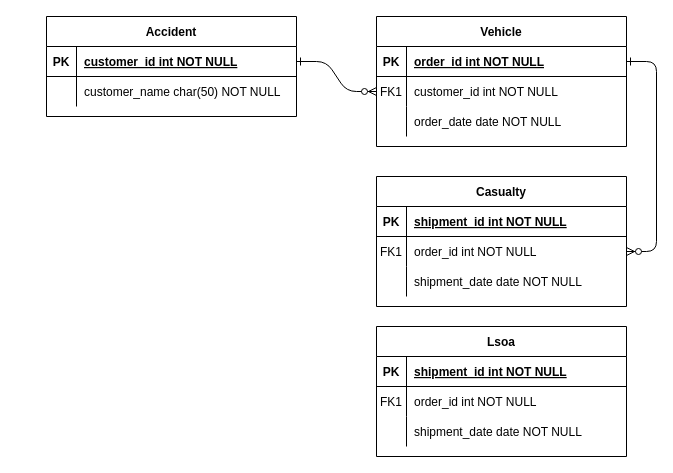
Before: Untitled Diagram.drawio in Demmynile/Census-project, a draw.io diagram. Source tidied: cells renumbered, new cells numbered last; positions are measured from the earlier drawing's top-left corner, leaving out a move shared by most shapes. Both pictures are drawn from the tidied source at 100%, with x=0, y=0 at pixel (46, 16).
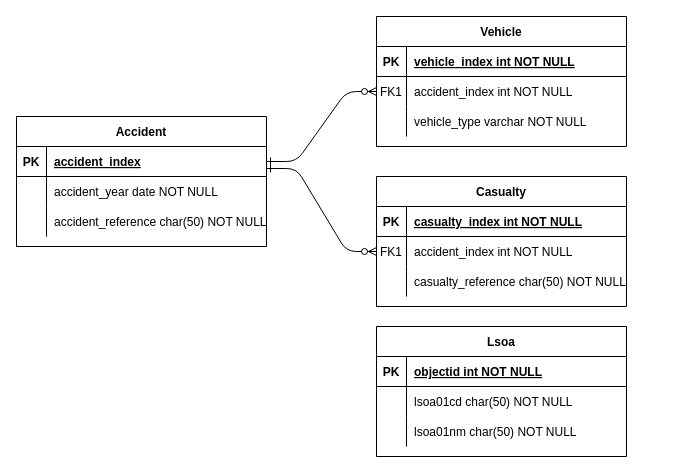
The same diagram, later.

The change refers to these unchanged cells:
```xml
<mxCell id="5" style="shape=partialRectangle;fillColor=none;points=[[0,0.5],[1,0.5]];portConstraint=eastwest;top=0;left=0;right=0;bottom=1;" parent="4" vertex="1">
  <mxGeometry y="30" width="250" height="30" as="geometry" />
</mxCell>
<mxCell id="8" style="shape=partialRectangle;fillColor=none;points=[[0,0.5],[1,0.5]];portConstraint=eastwest;top=0;left=0;right=0;bottom=0;" parent="4" vertex="1">
  <mxGeometry y="60" width="250" height="30" as="geometry" />
</mxCell>
<mxCell id="11" style="shape=partialRectangle;fillColor=none;top=0;left=0;right=0;bottom=0;" parent="4" vertex="1">
  <mxGeometry y="90" width="250" height="30" as="geometry" />
</mxCell>
<mxCell id="15" style="shape=partialRectangle;fillColor=none;top=0;left=0;right=0;bottom=1;" parent="14" vertex="1">
  <mxGeometry y="30" width="250" height="30" as="geometry" />
</mxCell>
<mxCell id="18" style="shape=partialRectangle;fillColor=none;points=[[0,0.5],[1,0.5]];portConstraint=eastwest;top=0;left=0;right=0;bottom=0;" parent="14" vertex="1">
  <mxGeometry y="60" width="250" height="30" as="geometry" />
</mxCell>
<mxCell id="21" style="shape=partialRectangle;fillColor=none;top=0;left=0;right=0;bottom=0;" parent="14" vertex="1">
  <mxGeometry y="90" width="250" height="30" as="geometry" />
</mxCell>
<mxCell id="32" style="shape=partialRectangle;fillColor=none;top=0;left=0;right=0;bottom=1;" parent="31" vertex="1">
  <mxGeometry y="30" width="250" height="30" as="geometry" />
</mxCell>
<mxCell id="35" style="shape=partialRectangle;fillColor=none;top=0;left=0;right=0;bottom=0;" parent="31" vertex="1">
  <mxGeometry y="60" width="250" height="30" as="geometry" />
</mxCell>
<mxCell id="38" style="shape=partialRectangle;fillColor=none;top=0;left=0;right=0;bottom=0;" parent="31" vertex="1">
  <mxGeometry y="90" width="250" height="30" as="geometry" />
</mxCell>
```

Change to the diagram source:
```diff
@@
-    <mxCell id="3" style="edgeStyle=entityRelationEdgeStyle;endArrow=ERzeroToMany;startArrow=ERone;endFill=1;startFill=0;" parent="1" edge="1" source="5" target="18">
-      <mxGeometry relative="1" as="geometry" />
-    </mxCell>
@@
-    <mxCell id="7" value="order_id int NOT NULL " style="shape=partialRectangle;overflow=hidden;fillColor=none;top=0;left=0;bottom=0;right=0;align=left;spacingLeft=6;fontStyle=5;" parent="5" vertex="1">
+    <mxCell id="7" value="vehicle_index int NOT NULL " style="shape=partialRectangle;overflow=hidden;fillColor=none;top=0;left=0;bottom=0;right=0;align=left;spacingLeft=6;fontStyle=5;" parent="5" vertex="1">
       <mxGeometry x="30" width="220" height="30" as="geometry" />
     </mxCell>
@@
-    <mxCell id="10" value="customer_id int NOT NULL" style="shape=partialRectangle;overflow=hidden;fillColor=none;top=0;left=0;bottom=0;right=0;align=left;spacingLeft=6;" parent="8" vertex="1">
+    <mxCell id="10" value="accident_index int NOT NULL" style="shape=partialRectangle;overflow=hidden;fillColor=none;top=0;left=0;bottom=0;right=0;align=left;spacingLeft=6;" parent="8" vertex="1">
       <mxGeometry x="30" width="220" height="30" as="geometry" />
     </mxCell>
@@
-    <mxCell id="13" value="order_date date NOT NULL" style="shape=partialRectangle;overflow=hidden;fillColor=none;top=0;left=0;bottom=0;right=0;align=left;spacingLeft=6;" parent="11" vertex="1">
+    <mxCell id="13" value="vehicle_type varchar NOT NULL" style="shape=partialRectangle;overflow=hidden;fillColor=none;top=0;left=0;bottom=0;right=0;align=left;spacingLeft=6;" parent="11" vertex="1">
       <mxGeometry x="30" width="220" height="30" as="geometry" />
     </mxCell>
@@
-    <mxCell id="17" value="shipment_id int NOT NULL " style="shape=partialRectangle;overflow=hidden;fillColor=none;top=0;left=0;bottom=0;right=0;align=left;spacingLeft=6;fontStyle=5;" parent="15" vertex="1">
+    <mxCell id="17" value="casualty_index int NOT NULL " style="shape=partialRectangle;overflow=hidden;fillColor=none;top=0;left=0;bottom=0;right=0;align=left;spacingLeft=6;fontStyle=5;" parent="15" vertex="1">
       <mxGeometry x="30" width="220" height="30" as="geometry" />
     </mxCell>
@@
-    <mxCell id="20" value="order_id int NOT NULL" style="shape=partialRectangle;overflow=hidden;fillColor=none;top=0;left=0;bottom=0;right=0;align=left;spacingLeft=6;" parent="18" vertex="1">
+    <mxCell id="20" value="accident_index int NOT NULL" style="shape=partialRectangle;overflow=hidden;fillColor=none;top=0;left=0;bottom=0;right=0;align=left;spacingLeft=6;" parent="18" vertex="1">
       <mxGeometry x="30" width="220" height="30" as="geometry" />
     </mxCell>
@@
-    <mxCell id="23" value="shipment_date date NOT NULL" style="shape=partialRectangle;overflow=hidden;fillColor=none;top=0;left=0;bottom=0;right=0;align=left;spacingLeft=6;" parent="21" vertex="1">
+    <mxCell id="23" value="casualty_reference char(50) NOT NULL" style="shape=partialRectangle;overflow=hidden;fillColor=none;top=0;left=0;bottom=0;right=0;align=left;spacingLeft=6;" parent="21" vertex="1">
       <mxGeometry x="30" width="220" height="30" as="geometry" />
     </mxCell>
-    <mxCell id="24" value="Accident" style="shape=table;startSize=30;childLayout=tableLayout;rowLines=0;fontStyle=1;align=center;" parent="1" vertex="1">
-      <mxGeometry width="250" height="100" as="geometry" />
-    </mxCell>
-    <mxCell id="25" style="shape=partialRectangle;fillColor=none;points=[[0,0.5],[1,0.5]];portConstraint=eastwest;top=0;left=0;right=0;bottom=1;" parent="24" vertex="1">
-      <mxGeometry y="30" width="250" height="30" as="geometry" />
-    </mxCell>
-    <mxCell id="26" value="PK" style="shape=partialRectangle;overflow=hidden;fillColor=none;top=0;left=0;bottom=0;right=0;fontStyle=1;" parent="25" vertex="1">
-      <mxGeometry width="30" height="30" as="geometry" />
-    </mxCell>
-    <mxCell id="27" value="customer_id int NOT NULL " style="shape=partialRectangle;overflow=hidden;fillColor=none;top=0;left=0;bottom=0;right=0;align=left;spacingLeft=6;fontStyle=5;" parent="25" vertex="1">
-      <mxGeometry x="30" width="220" height="30" as="geometry" />
-    </mxCell>
-    <mxCell id="28" style="shape=partialRectangle;fillColor=none;top=0;left=0;right=0;bottom=0;" parent="24" vertex="1">
-      <mxGeometry y="60" width="250" height="30" as="geometry" />
-    </mxCell>
-    <mxCell id="29" style="shape=partialRectangle;overflow=hidden;fillColor=none;top=0;left=0;bottom=0;right=0;" parent="28" vertex="1">
-      <mxGeometry width="30" height="30" as="geometry" />
-    </mxCell>
-    <mxCell id="30" value="customer_name char(50) NOT NULL" style="shape=partialRectangle;overflow=hidden;fillColor=none;top=0;left=0;bottom=0;right=0;align=left;spacingLeft=6;" parent="28" vertex="1">
-      <mxGeometry x="30" width="220" height="30" as="geometry" />
-    </mxCell>
@@
-    <mxCell id="34" value="shipment_id int NOT NULL " style="shape=partialRectangle;overflow=hidden;fillColor=none;top=0;left=0;bottom=0;right=0;align=left;spacingLeft=6;fontStyle=5;" parent="32" vertex="1">
+    <mxCell id="34" value="objectid int NOT NULL " style="shape=partialRectangle;overflow=hidden;fillColor=none;top=0;left=0;bottom=0;right=0;align=left;spacingLeft=6;fontStyle=5;" parent="32" vertex="1">
       <mxGeometry x="30" width="220" height="30" as="geometry" />
     </mxCell>
@@
-    <mxCell id="36" value="FK1" style="shape=partialRectangle;overflow=hidden;fillColor=none;top=0;left=0;bottom=0;right=0;" parent="35" vertex="1">
+    <mxCell id="36" style="shape=partialRectangle;overflow=hidden;fillColor=none;top=0;left=0;bottom=0;right=0;" parent="35" vertex="1">
       <mxGeometry width="30" height="30" as="geometry" />
     </mxCell>
-    <mxCell id="37" value="order_id int NOT NULL" style="shape=partialRectangle;overflow=hidden;fillColor=none;top=0;left=0;bottom=0;right=0;align=left;spacingLeft=6;" parent="35" vertex="1">
+    <mxCell id="37" value="lsoa01cd char(50) NOT NULL" style="shape=partialRectangle;overflow=hidden;fillColor=none;top=0;left=0;bottom=0;right=0;align=left;spacingLeft=6;" parent="35" vertex="1">
       <mxGeometry x="30" width="220" height="30" as="geometry" />
     </mxCell>
@@
-    <mxCell id="40" value="shipment_date date NOT NULL" style="shape=partialRectangle;overflow=hidden;fillColor=none;top=0;left=0;bottom=0;right=0;align=left;spacingLeft=6;" parent="38" vertex="1">
+    <mxCell id="40" value="lsoa01nm char(50) NOT NULL" style="shape=partialRectangle;overflow=hidden;fillColor=none;top=0;left=0;bottom=0;right=0;align=left;spacingLeft=6;" parent="38" vertex="1">
       <mxGeometry x="30" width="220" height="30" as="geometry" />
     </mxCell>
+    <mxCell id="41" style="edgeStyle=entityRelationEdgeStyle;endArrow=ERzeroToMany;startArrow=ERone;endFill=1;startFill=0;exitX=1;exitY=0.733;exitDx=0;exitDy=0;exitPerimeter=0;entryX=0;entryY=0.5;entryDx=0;entryDy=0;" parent="1" edge="1" source="25" target="18">
+      <mxGeometry relative="1" as="geometry">
+        <Array as="points">
+          <mxPoint x="280" y="290" />
+          <mxPoint x="280" y="70" />
+          <mxPoint x="310" y="210" />
+          <mxPoint x="300" y="240" />
+        </Array>
+      </mxGeometry>
+    </mxCell>
+    <mxCell id="24" value="Accident" style="shape=table;startSize=30;childLayout=tableLayout;rowLines=0;fontStyle=1;align=center;" parent="1" vertex="1">
+      <mxGeometry x="-30" y="100" width="250" height="130" as="geometry" />
+    </mxCell>
+    <mxCell id="25" style="shape=partialRectangle;fillColor=none;points=[[0,0.5],[1,0.5]];portConstraint=eastwest;top=0;left=0;right=0;bottom=1;" parent="24" vertex="1">
+      <mxGeometry y="30" width="250" height="30" as="geometry" />
+    </mxCell>
+    <mxCell id="26" value="PK" style="shape=partialRectangle;overflow=hidden;fillColor=none;top=0;left=0;bottom=0;right=0;fontStyle=1;" parent="25" vertex="1">
+      <mxGeometry width="30" height="30" as="geometry" />
+    </mxCell>
+    <mxCell id="27" value="accident_index" style="shape=partialRectangle;overflow=hidden;fillColor=none;top=0;left=0;bottom=0;right=0;align=left;spacingLeft=6;fontStyle=5;" parent="25" vertex="1">
+      <mxGeometry x="30" width="220" height="30" as="geometry" />
+    </mxCell>
+    <mxCell id="28" style="shape=partialRectangle;fillColor=none;top=0;left=0;right=0;bottom=0;" parent="24" vertex="1">
+      <mxGeometry y="60" width="250" height="30" as="geometry" />
+    </mxCell>
+    <mxCell id="29" style="shape=partialRectangle;overflow=hidden;fillColor=none;top=0;left=0;bottom=0;right=0;verticalAlign=bottom;" parent="28" vertex="1">
+      <mxGeometry width="30" height="30" as="geometry" />
+    </mxCell>
+    <mxCell id="30" value="accident_year date NOT NULL" style="shape=partialRectangle;overflow=hidden;fillColor=none;top=0;left=0;bottom=0;right=0;align=left;spacingLeft=6;" parent="28" vertex="1">
+      <mxGeometry x="30" width="220" height="30" as="geometry" />
+    </mxCell>
+    <mxCell id="42" style="shape=partialRectangle;fillColor=none;top=0;left=0;right=0;bottom=0;" parent="24" vertex="1">
+      <mxGeometry y="90" width="250" height="30" as="geometry" />
+    </mxCell>
+    <mxCell id="43" style="shape=partialRectangle;overflow=hidden;fillColor=none;top=0;left=0;bottom=0;right=0;verticalAlign=bottom;" parent="42" vertex="1">
+      <mxGeometry width="30" height="30" as="geometry" />
+    </mxCell>
+    <mxCell id="44" value="accident_reference char(50) NOT NULL" style="shape=partialRectangle;overflow=hidden;fillColor=none;top=0;left=0;bottom=0;right=0;align=left;spacingLeft=6;" parent="42" vertex="1">
+      <mxGeometry x="30" width="220" height="30" as="geometry" />
+    </mxCell>
```
